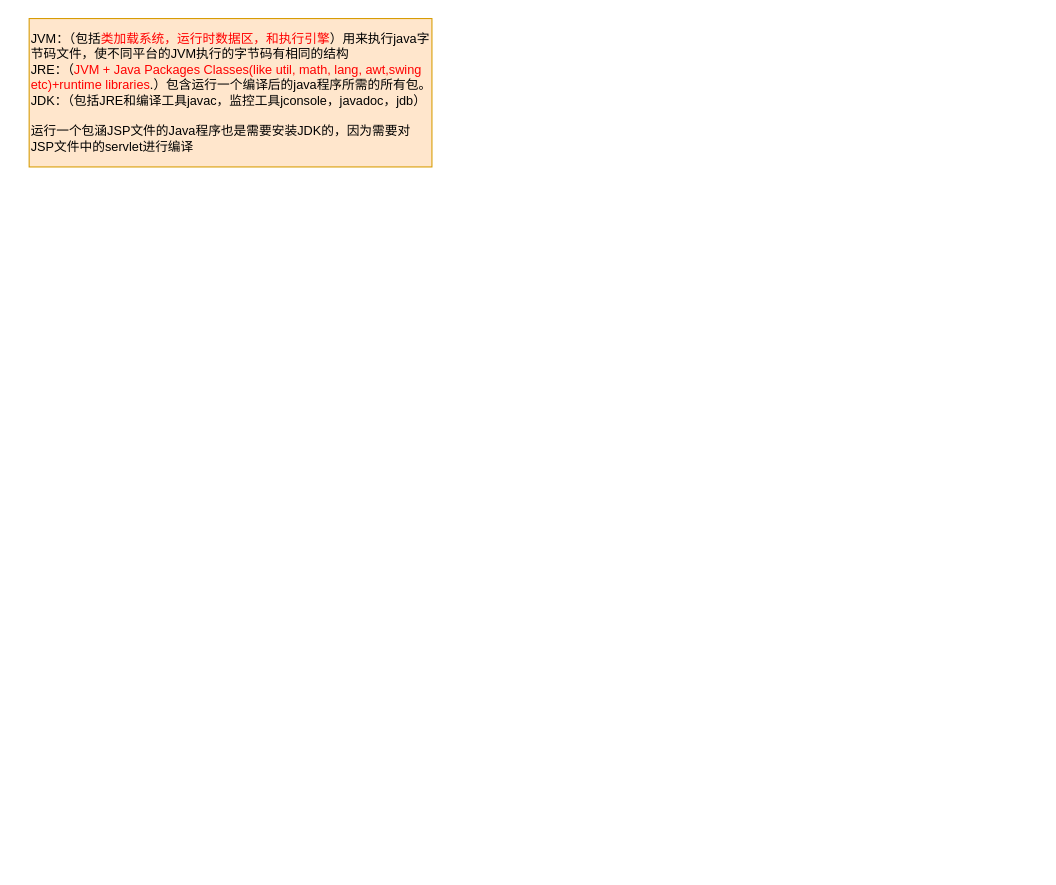
Above: 面试/面试.drawio in lunfee/diagrams.io (draw.io), before the change. Source tidied: cells renumbered, new cells numbered last; positions are measured from the earlier drawing's top-left corner, leaving out a move shared by most shapes. Both pictures are drawn from the tidied source at 106%, with x=0, y=0 at pixel (29, 18).
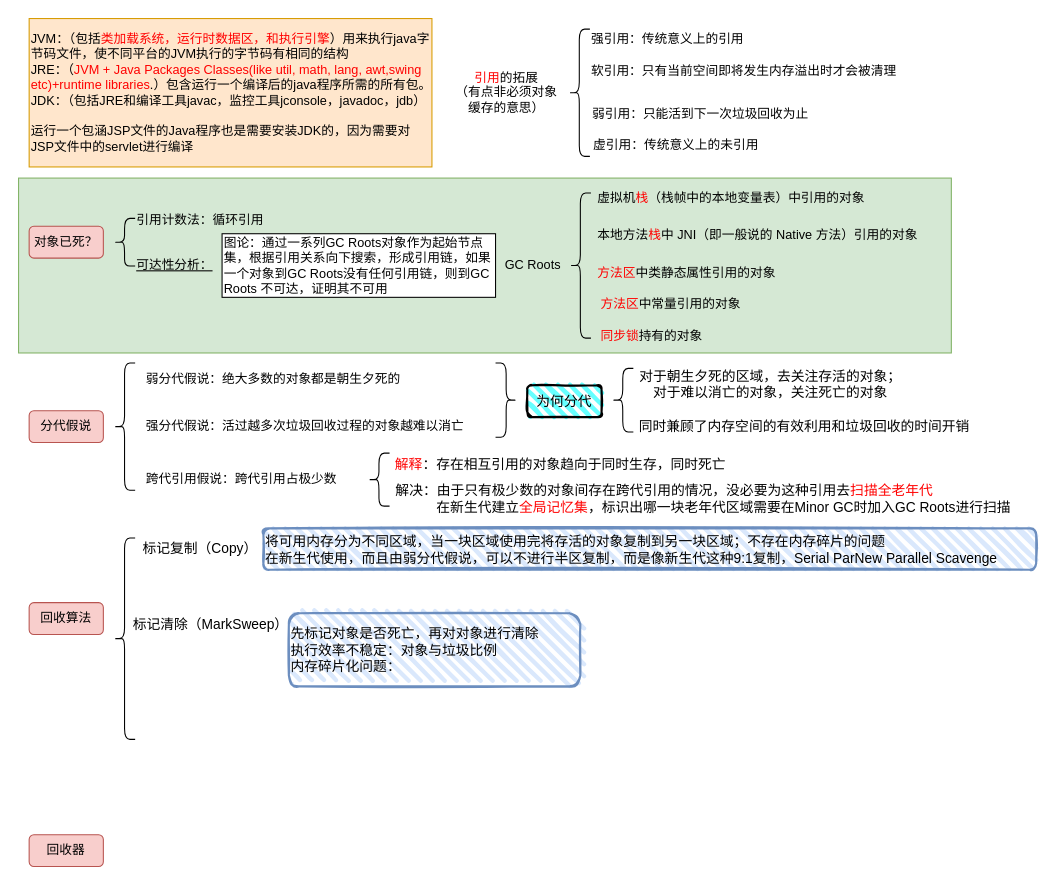
The same page after the edit.

Diff of the diagram source:
```diff
@@
+    <mxCell id="3" style="rounded=0;whiteSpace=wrap;html=1;fillColor=#d5e8d4;strokeColor=#82b366;" parent="1" vertex="1">
+      <mxGeometry x="-10" y="150.5" width="880" height="165" as="geometry" />
+    </mxCell>
@@
+    <mxCell id="4" value="对象已死？" style="rounded=1;whiteSpace=wrap;html=1;fillColor=#f8cecc;strokeColor=#b85450;" parent="1" vertex="1">
+      <mxGeometry y="196" width="70" height="30" as="geometry" />
+    </mxCell>
+    <mxCell id="5" style="shape=curlyBracket;whiteSpace=wrap;html=1;rounded=1;" parent="1" vertex="1">
+      <mxGeometry x="80" y="188.5" width="20" height="45" as="geometry" />
+    </mxCell>
+    <mxCell id="6" value="引用计数法：循环引用" style="text;html=1;align=center;verticalAlign=middle;strokeColor=none;fillColor=none;" parent="1" vertex="1">
+      <mxGeometry x="91" y="180" width="140" height="20" as="geometry" />
+    </mxCell>
+    <mxCell id="7" value="&lt;u&gt;可达性分析：&lt;/u&gt;" style="text;html=1;align=center;verticalAlign=middle;strokeColor=none;fillColor=none;" parent="1" vertex="1">
+      <mxGeometry x="92" y="223" width="90" height="20" as="geometry" />
+    </mxCell>
+    <mxCell id="8" value="图论：通过一系列GC Roots对象作为起始节点集，根据引用关系向下搜索，形成引用链，如果一个对象到GC Roots没有任何引用链，则到GC Roots 不可达，证明其不可用" style="rounded=0;whiteSpace=wrap;html=1;align=left;" parent="1" vertex="1">
+      <mxGeometry x="182" y="203" width="258" height="60" as="geometry" />
+    </mxCell>
+    <mxCell id="9" style="shape=curlyBracket;whiteSpace=wrap;html=1;rounded=1;" parent="1" vertex="1">
+      <mxGeometry x="510" y="164.5" width="20" height="137" as="geometry" />
+    </mxCell>
+    <mxCell id="10" value="虚拟机&lt;font color=&quot;#ff0000&quot;&gt;栈&lt;/font&gt;（栈帧中的本地变量表）中引用的对象" style="text;html=1;align=center;verticalAlign=middle;strokeColor=none;fillColor=none;" parent="1" vertex="1">
+      <mxGeometry x="527" y="160" width="270" height="20" as="geometry" />
+    </mxCell>
+    <mxCell id="11" value="本地方法&lt;font color=&quot;#ff0000&quot;&gt;栈&lt;/font&gt;中 JNI（即一般说的 Native 方法）引用的对象" style="text;html=1;align=center;verticalAlign=middle;strokeColor=none;fillColor=none;" parent="1" vertex="1">
+      <mxGeometry x="527" y="193.5" width="320" height="20" as="geometry" />
+    </mxCell>
+    <mxCell id="12" value="&lt;font color=&quot;#ff0000&quot;&gt;方法区&lt;/font&gt;中类静态属性引用的对象" style="text;html=1;align=center;verticalAlign=middle;strokeColor=none;fillColor=none;" parent="1" vertex="1">
+      <mxGeometry x="530" y="230" width="180" height="20" as="geometry" />
+    </mxCell>
+    <mxCell id="13" value="&lt;font color=&quot;#ff0000&quot;&gt;方法区&lt;/font&gt;中常量引用的对象" style="text;html=1;align=center;verticalAlign=middle;strokeColor=none;fillColor=none;" parent="1" vertex="1">
+      <mxGeometry x="530" y="260" width="150" height="20" as="geometry" />
+    </mxCell>
+    <mxCell id="14" value="&lt;font color=&quot;#000000&quot;&gt;GC Roots&lt;/font&gt;" style="text;html=1;align=center;verticalAlign=middle;strokeColor=none;fillColor=none;fontColor=#FF0000;" parent="1" vertex="1">
+      <mxGeometry x="440" y="223" width="70" height="20" as="geometry" />
+    </mxCell>
+    <mxCell id="15" value="&lt;font color=&quot;#ff0000&quot;&gt;同步锁&lt;/font&gt;持有的对象" style="text;html=1;align=center;verticalAlign=middle;strokeColor=none;fillColor=none;" parent="1" vertex="1">
+      <mxGeometry x="532" y="290" width="110" height="20" as="geometry" />
+    </mxCell>
+    <mxCell id="16" value="引用&lt;font color=&quot;#000000&quot;&gt;的拓展&lt;br&gt;（有点非必须对象&lt;br&gt;缓存的意思）&lt;br&gt;&lt;/font&gt;" style="text;html=1;align=center;verticalAlign=middle;strokeColor=none;fillColor=none;fontColor=#FF0000;" parent="1" vertex="1">
+      <mxGeometry x="395" y="45" width="110" height="50" as="geometry" />
+    </mxCell>
+    <mxCell id="17" style="shape=curlyBracket;whiteSpace=wrap;html=1;rounded=1;fontColor=#000000;" parent="1" vertex="1">
+      <mxGeometry x="509" y="10" width="20" height="120" as="geometry" />
+    </mxCell>
+    <mxCell id="18" value="强引用：传统意义上的引用" style="text;html=1;align=center;verticalAlign=middle;strokeColor=none;fillColor=none;fontColor=#000000;" parent="1" vertex="1">
+      <mxGeometry x="522" y="10" width="160" height="20" as="geometry" />
+    </mxCell>
+    <mxCell id="19" value="软引用：只有当前空间即将发生内存溢出时才会被清理" style="text;html=1;align=center;verticalAlign=middle;strokeColor=none;fillColor=none;fontColor=#000000;" parent="1" vertex="1">
+      <mxGeometry x="524" y="40" width="300" height="20" as="geometry" />
+    </mxCell>
+    <mxCell id="20" value="弱引用：只能活到下一次垃圾回收为止" style="text;html=1;align=center;verticalAlign=middle;strokeColor=none;fillColor=none;fontColor=#000000;" parent="1" vertex="1">
+      <mxGeometry x="523" y="80" width="220" height="20" as="geometry" />
+    </mxCell>
+    <mxCell id="21" value="虚引用：传统意义上的未引用" style="text;html=1;align=center;verticalAlign=middle;strokeColor=none;fillColor=none;fontColor=#000000;" parent="1" vertex="1">
+      <mxGeometry x="525" y="110" width="170" height="20" as="geometry" />
+    </mxCell>
+    <mxCell id="22" value="分代假说" style="rounded=1;whiteSpace=wrap;html=1;fillColor=#f8cecc;strokeColor=#b85450;" parent="1" vertex="1">
+      <mxGeometry y="370" width="70" height="30" as="geometry" />
+    </mxCell>
+    <mxCell id="23" style="shape=curlyBracket;whiteSpace=wrap;html=1;rounded=1;fontColor=#FF0000;" parent="1" vertex="1">
+      <mxGeometry x="80" y="325" width="20" height="120" as="geometry" />
+    </mxCell>
+    <mxCell id="24" value="&lt;font color=&quot;#000000&quot;&gt;弱分代假说：绝大多数的对象都是朝生夕死的&lt;/font&gt;" style="text;html=1;align=center;verticalAlign=middle;strokeColor=none;fillColor=none;fontColor=#FF0000;" parent="1" vertex="1">
+      <mxGeometry x="100" y="330" width="260" height="20" as="geometry" />
+    </mxCell>
+    <mxCell id="25" value="强分代假说：活过越多次垃圾回收过程的对象越难以消亡" style="text;html=1;align=center;verticalAlign=middle;strokeColor=none;fillColor=none;fontColor=#000000;" parent="1" vertex="1">
+      <mxGeometry x="100" y="375" width="320" height="20" as="geometry" />
+    </mxCell>
+    <mxCell id="26" value="跨代引用假说：跨代引用占极少数" style="text;html=1;align=center;verticalAlign=middle;strokeColor=none;fillColor=none;fontColor=#000000;" parent="1" vertex="1">
+      <mxGeometry x="100" y="425" width="200" height="20" as="geometry" />
+    </mxCell>
+    <mxCell id="27" style="shape=curlyBracket;whiteSpace=wrap;html=1;rounded=1;flipH=1;fontColor=#000000;" parent="1" vertex="1">
+      <mxGeometry x="440" y="325" width="20" height="70" as="geometry" />
+    </mxCell>
+    <mxCell id="28" value="&lt;font style=&quot;font-size: 13px&quot;&gt;为何分代&lt;/font&gt;" style="rounded=1;whiteSpace=wrap;html=1;strokeWidth=2;fillWeight=4;hachureGap=8;hachureAngle=45;fillColor=#66FFFF;sketch=1;shadow=0;fontColor=#000000;" parent="1" vertex="1">
+      <mxGeometry x="470" y="346" width="70" height="30" as="geometry" />
+    </mxCell>
+    <mxCell id="29" style="shape=curlyBracket;whiteSpace=wrap;html=1;rounded=1;shadow=0;fontSize=13;fontColor=#000000;fillColor=#66FFFF;" parent="1" vertex="1">
+      <mxGeometry x="550" y="330" width="20" height="60" as="geometry" />
+    </mxCell>
+    <mxCell id="30" value="对于朝生夕死的区域，去关注存活的对象；&lt;br&gt;对于难以消亡的对象，关注死亡的对象" style="text;html=1;align=center;verticalAlign=middle;strokeColor=none;fillColor=none;fontSize=13;fontColor=#000000;" parent="1" vertex="1">
+      <mxGeometry x="569" y="325" width="260" height="40" as="geometry" />
+    </mxCell>
+    <mxCell id="31" value="同时兼顾了内存空间的有效利用和垃圾回收的时间开销" style="text;html=1;align=center;verticalAlign=middle;strokeColor=none;fillColor=none;fontSize=13;fontColor=#000000;" parent="1" vertex="1">
+      <mxGeometry x="566" y="375" width="330" height="20" as="geometry" />
+    </mxCell>
+    <mxCell id="32" style="shape=curlyBracket;whiteSpace=wrap;html=1;rounded=1;shadow=0;fontSize=13;fontColor=#000000;fillColor=#66FFFF;" parent="1" vertex="1">
+      <mxGeometry x="320" y="410" width="20" height="50" as="geometry" />
+    </mxCell>
+    <mxCell id="33" value="&lt;font color=&quot;#ff0000&quot;&gt;解释&lt;/font&gt;：存在相互引用的对象趋向于同时生存，同时死亡" style="text;html=1;align=center;verticalAlign=middle;strokeColor=none;fillColor=none;fontSize=13;fontColor=#000000;" parent="1" vertex="1">
+      <mxGeometry x="336" y="410" width="330" height="20" as="geometry" />
+    </mxCell>
+    <mxCell id="34" value="&lt;font color=&quot;#000000&quot;&gt;解决：由于只有极少数的对象间存在跨代引用的情况，没必要为这种引用去&lt;/font&gt;扫描全老年代&lt;br&gt;&lt;font color=&quot;#000000&quot;&gt;&amp;nbsp; &amp;nbsp; &amp;nbsp; &amp;nbsp; &amp;nbsp; &amp;nbsp; &amp;nbsp; &amp;nbsp; &amp;nbsp; &amp;nbsp; &amp;nbsp; &amp;nbsp; &amp;nbsp; &amp;nbsp; &amp;nbsp; &amp;nbsp;在新生代建立&lt;/font&gt;全局记忆集&lt;font color=&quot;#000000&quot;&gt;，标识出哪一块老年代区域需要在Minor GC时加入GC Roots进行扫描&lt;/font&gt;" style="text;html=1;align=center;verticalAlign=middle;strokeColor=none;fillColor=none;fontSize=13;fontColor=#FF0000;" parent="1" vertex="1">
+      <mxGeometry x="264" y="433" width="670" height="40" as="geometry" />
+    </mxCell>
+    <mxCell id="35" value="回收算法" style="rounded=1;whiteSpace=wrap;html=1;fillColor=#f8cecc;strokeColor=#b85450;" parent="1" vertex="1">
+      <mxGeometry y="551" width="70" height="30" as="geometry" />
+    </mxCell>
+    <mxCell id="36" value="回收器" style="rounded=1;whiteSpace=wrap;html=1;fillColor=#f8cecc;strokeColor=#b85450;" parent="1" vertex="1">
+      <mxGeometry y="770" width="70" height="30" as="geometry" />
+    </mxCell>
+    <mxCell id="37" style="shape=curlyBracket;whiteSpace=wrap;html=1;rounded=1;shadow=0;fontSize=13;fontColor=#FF0000;fillColor=#66FFFF;" parent="1" vertex="1">
+      <mxGeometry x="80" y="490" width="20" height="190" as="geometry" />
+    </mxCell>
+    <mxCell id="38" value="&lt;font color=&quot;#000000&quot;&gt;标记复制（Copy）&lt;/font&gt;" style="text;html=1;align=center;verticalAlign=middle;strokeColor=none;fillColor=none;fontSize=13;fontColor=#FF0000;" parent="1" vertex="1">
+      <mxGeometry x="101" y="490" width="120" height="20" as="geometry" />
+    </mxCell>
+    <mxCell id="39" value="将可用内存分为不同区域，当一块区域使用完将存活的对象复制到另一块区域；不存在内存碎片的问题&lt;br&gt;在新生代使用，而且由弱分代假说，可以不进行半区复制，而是像新生代这种9:1复制，Serial ParNew Parallel Scavenge" style="rounded=1;whiteSpace=wrap;html=1;strokeWidth=2;fillWeight=4;hachureGap=8;hachureAngle=45;fillColor=#dae8fc;sketch=1;shadow=0;fontSize=13;strokeColor=#6c8ebf;align=left;" parent="1" vertex="1">
+      <mxGeometry x="221" y="481" width="729" height="39" as="geometry" />
+    </mxCell>
+    <mxCell id="40" value="标记清除（MarkSweep）" style="text;html=1;align=center;verticalAlign=middle;strokeColor=none;fillColor=none;fontSize=13;fontColor=#000000;" parent="1" vertex="1">
+      <mxGeometry x="91" y="561" width="160" height="20" as="geometry" />
+    </mxCell>
+    <mxCell id="41" value="先标记对象是否死亡，再对对象进行清除&lt;br&gt;执行效率不稳定：对象与垃圾比例&lt;br&gt;内存碎片化问题：" style="rounded=1;whiteSpace=wrap;html=1;strokeWidth=2;fillWeight=4;hachureGap=8;hachureAngle=45;fillColor=#dae8fc;sketch=1;shadow=0;fontSize=13;strokeColor=#6c8ebf;align=left;" parent="1" vertex="1">
+      <mxGeometry x="245" y="561" width="275" height="69" as="geometry" />
+    </mxCell>
```
